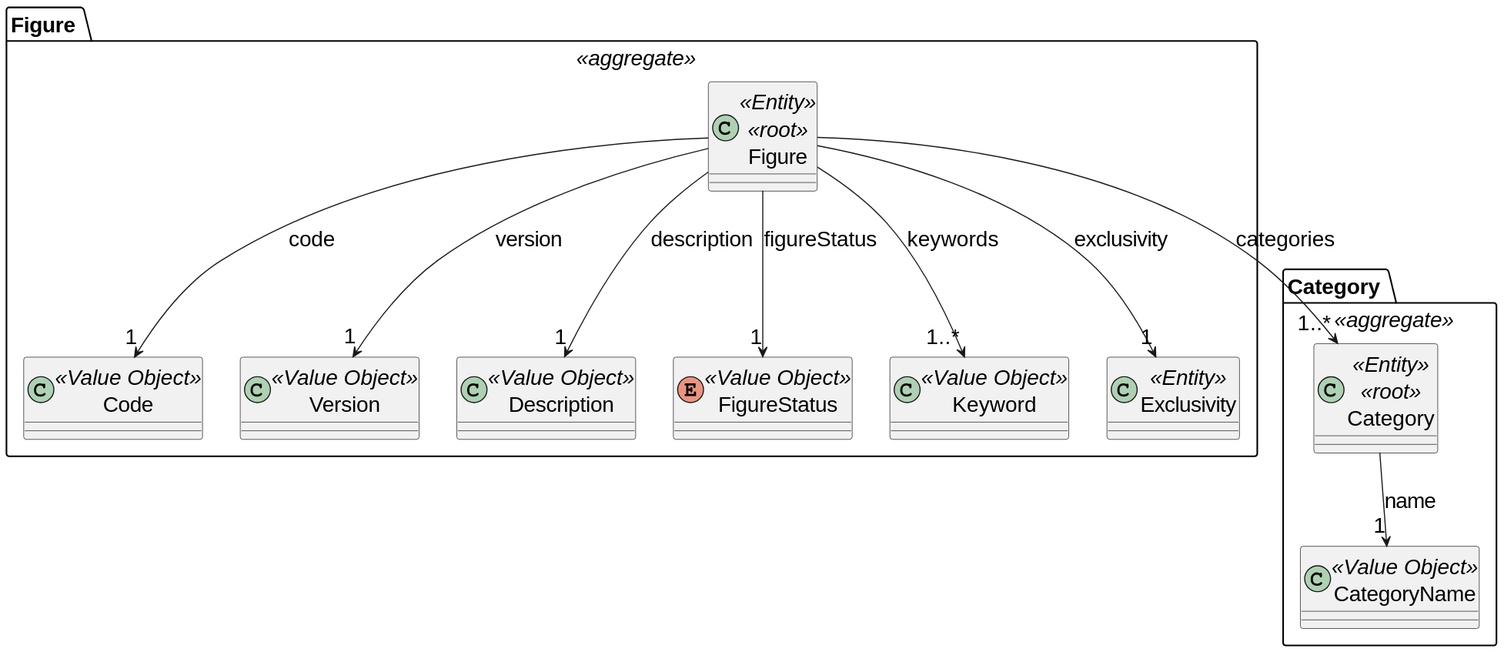
Before: docs/SPRINT_2/US231/images/domain_model_us231.svg, a diagram exported from PlantUML (diogoveirospro/sem4pi-2024-2025-sem4pi_2024_2025_g44).
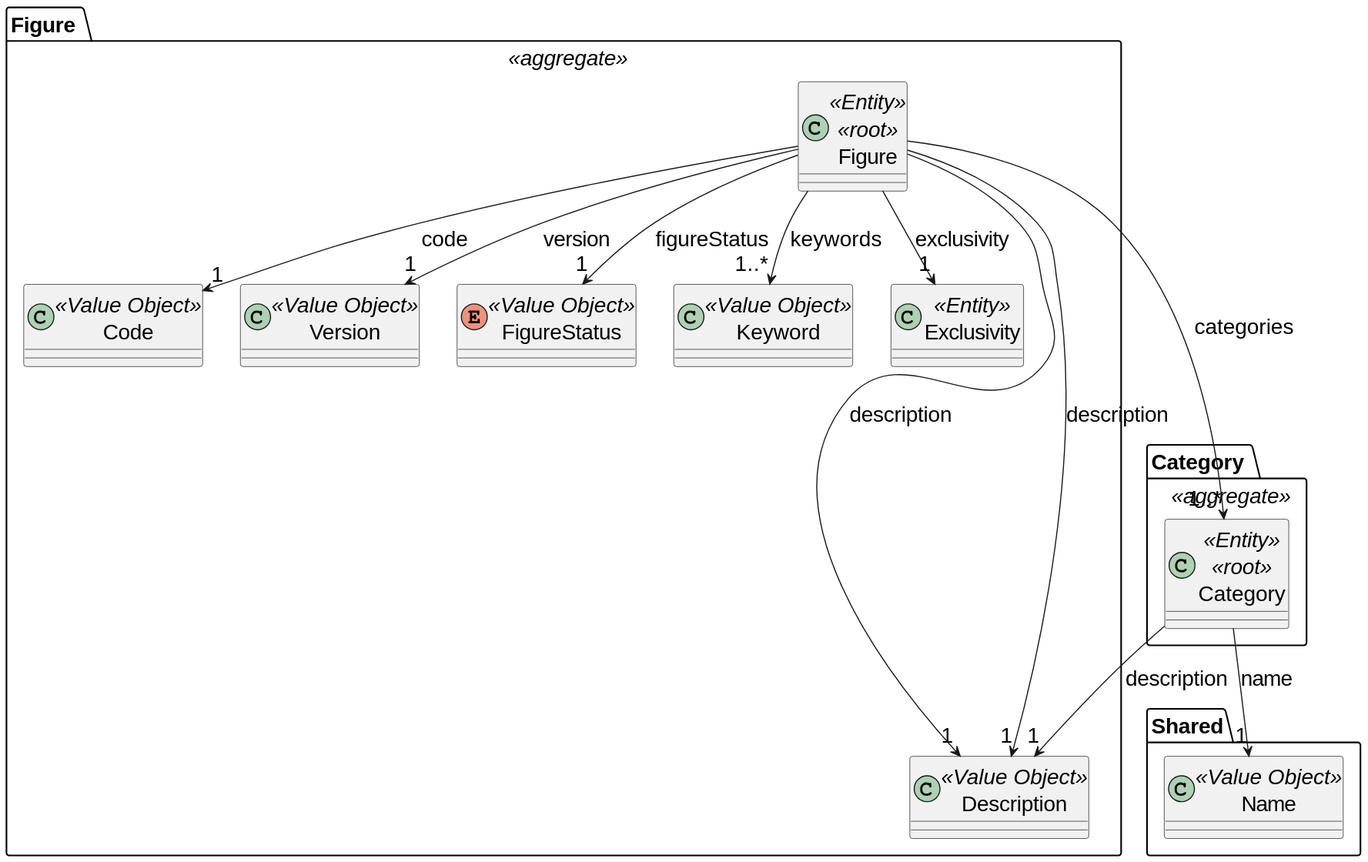
After the change.

What changed in the source:
```diff
@@ -10,9 +10,6 @@
     }
 
     class Version <<Value Object>>{
-    }
-
-    class Description <<Value Object>>{
     }
 
     enum FigureStatus <<Value Object>>{
@@ -38,11 +35,19 @@
     class Category <<Entity>> <<root>>{
     }
 
-    class CategoryName <<Value Object>>{
+    Figure --> "1..*" Category: categories
+}
+
+package "Shared" {
+
+    class Description <<Value Object>>{
     }
 
-    Category --> "1" CategoryName: name
+    class Name <<Value Object>>{
+    }
 
-    Figure --> "1..*" Category: categories
-}
+    Category --> "1" Name: name
+    Category --> "1" Description: description
+
+    Figure ----> "1" Description: description
 @enduml
```
